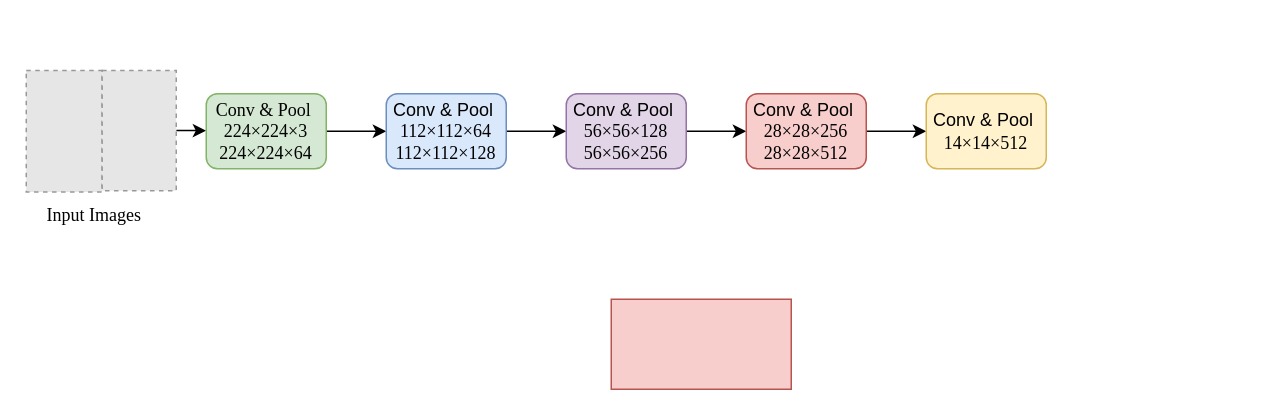
sohagkumarsaha/draw.io-public keeps this draw.io diagram as ConvPoolLayer Diagram.drawio. Above is the earlier version. Source tidied: cells renumbered, new cells numbered last; positions are measured from the earlier drawing's top-left corner, leaving out a move shared by most shapes. Both pictures are drawn from the tidied source at 150%, with x=0, y=0 at pixel (26, 70). Pictures stored in the file or linked from it are replaced by grey dashed boxes.
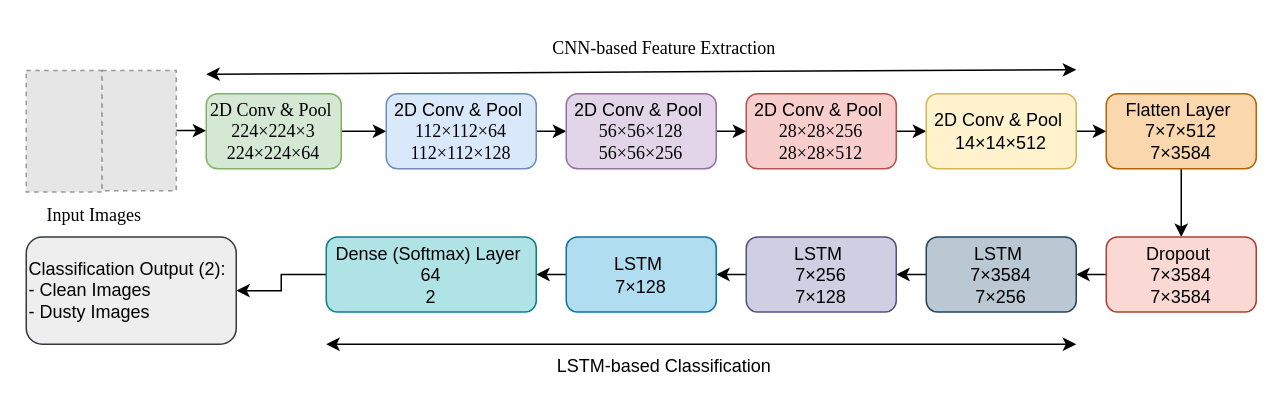
The same page after the edit.

The edit, as a diff of the source:
```diff
@@
-    <mxCell id="6" value="&lt;font style=&quot;&quot;&gt;&lt;font face=&quot;Times New Roman&quot; style=&quot;font-size: 12px;&quot;&gt;Conv &amp;amp; Pool&amp;nbsp;&lt;br&gt;224×224×3&lt;br&gt;224×224×64&lt;/font&gt;&lt;br&gt;&lt;/font&gt;" style="rounded=1;whiteSpace=wrap;html=1;fillColor=#d5e8d4;strokeColor=#82b366;" parent="1" vertex="1">
-      <mxGeometry x="120" y="15" width="80" height="50" as="geometry" />
+    <mxCell id="6" value="&lt;font style=&quot;&quot;&gt;&lt;font face=&quot;Times New Roman&quot; style=&quot;font-size: 12px;&quot;&gt;2D Conv &amp;amp; Pool&amp;nbsp;&lt;br&gt;224×224×3&lt;br&gt;224×224×64&lt;/font&gt;&lt;br&gt;&lt;/font&gt;" style="rounded=1;whiteSpace=wrap;html=1;fillColor=#d5e8d4;strokeColor=#82b366;" parent="1" vertex="1">
+      <mxGeometry x="120" y="15" width="90" height="50" as="geometry" />
     </mxCell>
-    <mxCell id="7" style="rounded=0;whiteSpace=wrap;html=1;fillColor=#f8cecc;strokeColor=#b85450;" parent="1" vertex="1">
-      <mxGeometry x="390" y="152" width="120" height="60" as="geometry" />
-    </mxCell>
@@
-    <mxCell id="9" value="Conv &amp;amp; Pool&amp;nbsp;&lt;br style=&quot;border-color: var(--border-color); font-family: &amp;quot;Times New Roman&amp;quot;;&quot;&gt;&lt;span style=&quot;font-family: &amp;quot;Times New Roman&amp;quot;;&quot;&gt;112×112×64&lt;/span&gt;&lt;br style=&quot;border-color: var(--border-color); font-family: &amp;quot;Times New Roman&amp;quot;;&quot;&gt;&lt;span style=&quot;font-family: &amp;quot;Times New Roman&amp;quot;;&quot;&gt;112×112×128&lt;/span&gt;" style="rounded=1;whiteSpace=wrap;html=1;fillColor=#dae8fc;strokeColor=#6c8ebf;" parent="1" vertex="1">
-      <mxGeometry x="240" y="15" width="80" height="50" as="geometry" />
+    <mxCell id="9" value="2D Conv &amp;amp; Pool&amp;nbsp;&lt;br style=&quot;border-color: var(--border-color); font-family: &amp;quot;Times New Roman&amp;quot;;&quot;&gt;&lt;span style=&quot;font-family: &amp;quot;Times New Roman&amp;quot;;&quot;&gt;112×112×64&lt;/span&gt;&lt;br style=&quot;border-color: var(--border-color); font-family: &amp;quot;Times New Roman&amp;quot;;&quot;&gt;&lt;span style=&quot;font-family: &amp;quot;Times New Roman&amp;quot;;&quot;&gt;112×112×128&lt;/span&gt;" style="rounded=1;whiteSpace=wrap;html=1;fillColor=#dae8fc;strokeColor=#6c8ebf;" parent="1" vertex="1">
+      <mxGeometry x="240" y="15" width="100" height="50" as="geometry" />
     </mxCell>
@@
-    <mxCell id="11" value="Conv &amp;amp; Pool&amp;nbsp;&lt;br style=&quot;border-color: var(--border-color); font-family: &amp;quot;Times New Roman&amp;quot;;&quot;&gt;&lt;span style=&quot;font-family: &amp;quot;Times New Roman&amp;quot;;&quot;&gt;56×56×128&lt;/span&gt;&lt;br style=&quot;border-color: var(--border-color); font-family: &amp;quot;Times New Roman&amp;quot;;&quot;&gt;&lt;span style=&quot;font-family: &amp;quot;Times New Roman&amp;quot;;&quot;&gt;56×56×256&lt;/span&gt;" style="rounded=1;whiteSpace=wrap;html=1;fillColor=#e1d5e7;strokeColor=#9673a6;" parent="1" vertex="1">
-      <mxGeometry x="360" y="15" width="80" height="50" as="geometry" />
+    <mxCell id="11" value="2D Conv &amp;amp; Pool&amp;nbsp;&lt;br style=&quot;border-color: var(--border-color); font-family: &amp;quot;Times New Roman&amp;quot;;&quot;&gt;&lt;span style=&quot;font-family: &amp;quot;Times New Roman&amp;quot;;&quot;&gt;56×56×128&lt;/span&gt;&lt;br style=&quot;border-color: var(--border-color); font-family: &amp;quot;Times New Roman&amp;quot;;&quot;&gt;&lt;span style=&quot;font-family: &amp;quot;Times New Roman&amp;quot;;&quot;&gt;56×56×256&lt;/span&gt;" style="rounded=1;whiteSpace=wrap;html=1;fillColor=#e1d5e7;strokeColor=#9673a6;" parent="1" vertex="1">
+      <mxGeometry x="360" y="15" width="100" height="50" as="geometry" />
     </mxCell>
@@
-    <mxCell id="13" value="Conv &amp;amp; Pool&amp;nbsp;&lt;br style=&quot;border-color: var(--border-color); font-family: &amp;quot;Times New Roman&amp;quot;;&quot;&gt;&lt;span style=&quot;font-family: &amp;quot;Times New Roman&amp;quot;;&quot;&gt;28×28×256&lt;/span&gt;&lt;br style=&quot;border-color: var(--border-color); font-family: &amp;quot;Times New Roman&amp;quot;;&quot;&gt;&lt;span style=&quot;font-family: &amp;quot;Times New Roman&amp;quot;;&quot;&gt;28×28×512&lt;/span&gt;" style="rounded=1;whiteSpace=wrap;html=1;fillColor=#f8cecc;strokeColor=#b85450;" parent="1" vertex="1">
-      <mxGeometry x="480" y="15" width="80" height="50" as="geometry" />
+    <mxCell id="13" value="2D Conv &amp;amp; Pool&amp;nbsp;&lt;br style=&quot;border-color: var(--border-color); font-family: &amp;quot;Times New Roman&amp;quot;;&quot;&gt;&lt;span style=&quot;font-family: &amp;quot;Times New Roman&amp;quot;;&quot;&gt;28×28×256&lt;/span&gt;&lt;br style=&quot;border-color: var(--border-color); font-family: &amp;quot;Times New Roman&amp;quot;;&quot;&gt;&lt;span style=&quot;font-family: &amp;quot;Times New Roman&amp;quot;;&quot;&gt;28×28×512&lt;/span&gt;" style="rounded=1;whiteSpace=wrap;html=1;fillColor=#f8cecc;strokeColor=#b85450;" parent="1" vertex="1">
+      <mxGeometry x="480" y="15" width="100" height="50" as="geometry" />
     </mxCell>
+    <mxCell id="16" style="edgeStyle=orthogonalEdgeStyle;rounded=0;jettySize=auto;html=1;exitX=1;exitY=0.5;exitDx=0;exitDy=0;entryX=0;entryY=0.5;entryDx=0;entryDy=0;" parent="1" edge="1" source="14" target="18">
+      <mxGeometry relative="1" as="geometry" />
+    </mxCell>
-    <mxCell id="14" value="Conv &amp;amp; Pool&amp;nbsp;&lt;br style=&quot;border-color: var(--border-color); font-family: &amp;quot;Times New Roman&amp;quot;;&quot;&gt;&lt;span style=&quot;font-family: &amp;quot;Times New Roman&amp;quot;;&quot;&gt;14×14×512&lt;/span&gt;" style="rounded=1;whiteSpace=wrap;html=1;fillColor=#fff2cc;strokeColor=#d6b656;" parent="1" vertex="1">
-      <mxGeometry x="600" y="15" width="80" height="50" as="geometry" />
+    <mxCell id="14" value="2D Conv &amp;amp; Pool&amp;nbsp;&lt;br style=&quot;border-color: var(--border-color); font-family: &amp;quot;Times New Roman&amp;quot;;&quot;&gt;14×14×512&lt;span style=&quot;font-family: &amp;quot;Times New Roman&amp;quot;;&quot;&gt;&lt;br&gt;&lt;/span&gt;" style="rounded=1;whiteSpace=wrap;html=1;fillColor=#fff2cc;strokeColor=#d6b656;" parent="1" vertex="1">
+      <mxGeometry x="600" y="15" width="100" height="50" as="geometry" />
     </mxCell>
@@
+    <mxCell id="17" style="edgeStyle=orthogonalEdgeStyle;rounded=0;jettySize=auto;html=1;exitX=0.5;exitY=1;exitDx=0;exitDy=0;entryX=0.5;entryY=0;entryDx=0;entryDy=0;" parent="1" edge="1" source="18" target="20">
+      <mxGeometry relative="1" as="geometry" />
+    </mxCell>
+    <mxCell id="18" value="Flatten Layer&amp;nbsp;&lt;br style=&quot;border-color: var(--border-color); font-family: &amp;quot;Times New Roman&amp;quot;;&quot;&gt;7×7×512&lt;br style=&quot;border-color: var(--border-color);&quot;&gt;7×3584" style="rounded=1;whiteSpace=wrap;html=1;fillColor=#fad7ac;strokeColor=#b46504;" parent="1" vertex="1">
+      <mxGeometry x="720" y="15" width="100" height="50" as="geometry" />
+    </mxCell>
+    <mxCell id="19" style="edgeStyle=orthogonalEdgeStyle;rounded=0;jettySize=auto;html=1;exitX=0;exitY=0.5;exitDx=0;exitDy=0;entryX=1;entryY=0.5;entryDx=0;entryDy=0;" parent="1" edge="1" source="20" target="22">
+      <mxGeometry relative="1" as="geometry" />
+    </mxCell>
+    <mxCell id="20" value="Dropout&amp;nbsp;&lt;br style=&quot;border-color: var(--border-color); font-family: &amp;quot;Times New Roman&amp;quot;;&quot;&gt;7×3584&lt;br style=&quot;border-color: var(--border-color);&quot;&gt;7×3584" style="rounded=1;whiteSpace=wrap;html=1;fillColor=#fad9d5;strokeColor=#ae4132;" parent="1" vertex="1">
+      <mxGeometry x="720" y="110.5" width="100" height="50" as="geometry" />
+    </mxCell>
+    <mxCell id="21" style="edgeStyle=orthogonalEdgeStyle;rounded=0;jettySize=auto;html=1;exitX=0;exitY=0.5;exitDx=0;exitDy=0;entryX=1;entryY=0.5;entryDx=0;entryDy=0;" parent="1" edge="1" source="22" target="24">
+      <mxGeometry relative="1" as="geometry" />
+    </mxCell>
+    <mxCell id="22" value="LSTM&amp;nbsp;&lt;br style=&quot;border-color: var(--border-color); font-family: &amp;quot;Times New Roman&amp;quot;;&quot;&gt;7×3584&lt;br style=&quot;border-color: var(--border-color);&quot;&gt;7×256" style="rounded=1;whiteSpace=wrap;html=1;fillColor=#bac8d3;strokeColor=#23445d;" parent="1" vertex="1">
+      <mxGeometry x="600" y="110.5" width="100" height="50" as="geometry" />
+    </mxCell>
+    <mxCell id="23" style="edgeStyle=orthogonalEdgeStyle;rounded=0;jettySize=auto;html=1;exitX=0;exitY=0.5;exitDx=0;exitDy=0;entryX=1;entryY=0.5;entryDx=0;entryDy=0;" parent="1" edge="1" source="24" target="26">
+      <mxGeometry relative="1" as="geometry" />
+    </mxCell>
+    <mxCell id="24" value="LSTM&amp;nbsp;&lt;br style=&quot;border-color: var(--border-color); font-family: &amp;quot;Times New Roman&amp;quot;;&quot;&gt;7×256&lt;br style=&quot;border-color: var(--border-color);&quot;&gt;7×128" style="rounded=1;whiteSpace=wrap;html=1;fillColor=#d0cee2;strokeColor=#56517e;" parent="1" vertex="1">
+      <mxGeometry x="480" y="110.5" width="100" height="50" as="geometry" />
+    </mxCell>
+    <mxCell id="25" style="edgeStyle=orthogonalEdgeStyle;rounded=0;jettySize=auto;html=1;exitX=0;exitY=0.5;exitDx=0;exitDy=0;entryX=1;entryY=0.5;entryDx=0;entryDy=0;" parent="1" edge="1" source="26" target="28">
+      <mxGeometry relative="1" as="geometry" />
+    </mxCell>
+    <mxCell id="26" value="LSTM&amp;nbsp;&lt;br style=&quot;border-color: var(--border-color); font-family: &amp;quot;Times New Roman&amp;quot;;&quot;&gt;7×128&lt;br style=&quot;border-color: var(--border-color);&quot;&gt;" style="rounded=1;whiteSpace=wrap;html=1;fillColor=#b1ddf0;strokeColor=#10739e;" parent="1" vertex="1">
+      <mxGeometry x="360" y="110.5" width="100" height="50" as="geometry" />
+    </mxCell>
+    <mxCell id="27" style="edgeStyle=orthogonalEdgeStyle;rounded=0;jettySize=auto;html=1;exitX=0;exitY=0.5;exitDx=0;exitDy=0;entryX=1;entryY=0.5;entryDx=0;entryDy=0;" parent="1" edge="1" source="28" target="29">
+      <mxGeometry relative="1" as="geometry" />
+    </mxCell>
+    <mxCell id="28" value="Dense (Softmax) Layer&amp;nbsp;&lt;br style=&quot;border-color: var(--border-color); font-family: &amp;quot;Times New Roman&amp;quot;;&quot;&gt;64&lt;br style=&quot;border-color: var(--border-color);&quot;&gt;2" style="rounded=1;whiteSpace=wrap;html=1;fillColor=#b0e3e6;strokeColor=#0e8088;" parent="1" vertex="1">
+      <mxGeometry x="200" y="110.5" width="140" height="50" as="geometry" />
+    </mxCell>
+    <mxCell id="29" value="Classification Output (2):&lt;br&gt;- Clean Images &lt;br&gt;- Dusty Images" style="rounded=1;whiteSpace=wrap;html=1;fillColor=#eeeeee;strokeColor=#36393d;align=left;" parent="1" vertex="1">
+      <mxGeometry y="110.5" width="140" height="71.5" as="geometry" />
+    </mxCell>
+    <mxCell id="30" style="endArrow=classic;startArrow=classic;html=1;rounded=0;" parent="1" edge="1">
+      <mxGeometry relative="1" as="geometry">
+        <mxPoint x="120" y="2" as="sourcePoint" />
+        <mxPoint x="700" y="-1" as="targetPoint" />
+      </mxGeometry>
+    </mxCell>
+    <mxCell id="31" style="endArrow=classic;startArrow=classic;html=1;rounded=0;" parent="1" edge="1">
+      <mxGeometry relative="1" as="geometry">
+        <mxPoint x="200" y="182" as="sourcePoint" />
+        <mxPoint x="700" y="182" as="targetPoint" />
+      </mxGeometry>
+    </mxCell>
+    <mxCell id="32" value="&lt;font face=&quot;Times New Roman&quot;&gt;CNN-based Feature Extraction&lt;/font&gt;" style="text;html=1;align=center;verticalAlign=middle;strokeColor=none;fillColor=none;" parent="1" vertex="1">
+      <mxGeometry x="340" y="-30.5" width="170" height="30" as="geometry" />
+    </mxCell>
+    <mxCell id="33" value="LSTM-based Classification" style="text;html=1;align=center;verticalAlign=middle;strokeColor=none;fillColor=none;" parent="1" vertex="1">
+      <mxGeometry x="340" y="182" width="170" height="30" as="geometry" />
+    </mxCell>
```
